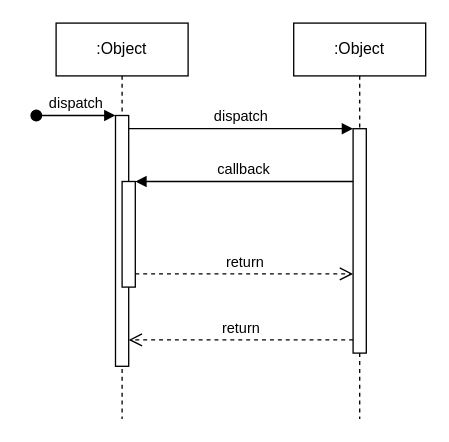
This is Untitled Diagram.drawio from futrihandayani/argon-dashboard, a draw.io file, before an edit. Source tidied: cells renumbered, new cells numbered last; positions are measured from the earlier drawing's top-left corner, leaving out a move shared by most shapes. Both pictures are drawn from the tidied source at 132%, with x=0, y=0 at pixel (36, 22).
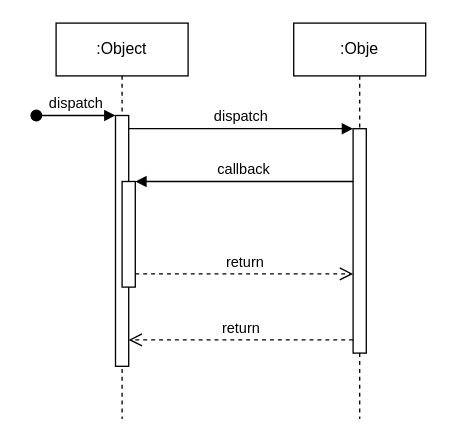
After the change.

Change to the diagram source:
```diff
@@
 <mxGraphModel>
   <root>
     <mxCell id="0" />
     <mxCell id="1" parent="0" />
     <mxCell id="2" value=":Object" style="shape=umlLifeline;perimeter=lifelinePerimeter;whiteSpace=wrap;html=1;newEdgeStyle={&quot;edgeStyle&quot;:&quot;elbowEdgeStyle&quot;,&quot;elbow&quot;:&quot;vertical&quot;,&quot;curved&quot;:0,&quot;rounded&quot;:0};" parent="1" vertex="1">
       <mxGeometry x="15" width="100" height="300" as="geometry" />
     </mxCell>
     <mxCell id="3" style="html=1;points=[];perimeter=orthogonalPerimeter;outlineConnect=0;targetShapes=umlLifeline;portConstraint=eastwest;newEdgeStyle={&quot;edgeStyle&quot;:&quot;elbowEdgeStyle&quot;,&quot;elbow&quot;:&quot;vertical&quot;,&quot;curved&quot;:0,&quot;rounded&quot;:0};" parent="2" vertex="1">
       <mxGeometry x="45" y="70" width="10" height="190" as="geometry" />
     </mxCell>
     <mxCell id="4" value="dispatch" style="html=1;verticalAlign=bottom;startArrow=oval;endArrow=block;startSize=8;edgeStyle=elbowEdgeStyle;elbow=vertical;curved=0;rounded=0;" parent="2" edge="1" target="3">
       <mxGeometry relative="1" as="geometry">
         <mxPoint x="-15" y="70" as="sourcePoint" />
       </mxGeometry>
     </mxCell>
     <mxCell id="5" style="html=1;points=[];perimeter=orthogonalPerimeter;outlineConnect=0;targetShapes=umlLifeline;portConstraint=eastwest;newEdgeStyle={&quot;edgeStyle&quot;:&quot;elbowEdgeStyle&quot;,&quot;elbow&quot;:&quot;vertical&quot;,&quot;curved&quot;:0,&quot;rounded&quot;:0};" parent="2" vertex="1">
       <mxGeometry x="50" y="120" width="10" height="80" as="geometry" />
     </mxCell>
-    <mxCell id="6" value=":Object" style="shape=umlLifeline;perimeter=lifelinePerimeter;whiteSpace=wrap;html=1;newEdgeStyle={&quot;edgeStyle&quot;:&quot;elbowEdgeStyle&quot;,&quot;elbow&quot;:&quot;vertical&quot;,&quot;curved&quot;:0,&quot;rounded&quot;:0};" parent="1" vertex="1">
+    <mxCell id="6" value=":Obje" style="shape=umlLifeline;perimeter=lifelinePerimeter;whiteSpace=wrap;html=1;newEdgeStyle={&quot;edgeStyle&quot;:&quot;elbowEdgeStyle&quot;,&quot;elbow&quot;:&quot;vertical&quot;,&quot;curved&quot;:0,&quot;rounded&quot;:0};" parent="1" vertex="1">
       <mxGeometry x="195" width="100" height="300" as="geometry" />
     </mxCell>
     <mxCell id="7" style="html=1;points=[];perimeter=orthogonalPerimeter;outlineConnect=0;targetShapes=umlLifeline;portConstraint=eastwest;newEdgeStyle={&quot;edgeStyle&quot;:&quot;elbowEdgeStyle&quot;,&quot;elbow&quot;:&quot;vertical&quot;,&quot;curved&quot;:0,&quot;rounded&quot;:0};" parent="6" vertex="1">
       <mxGeometry x="45" y="80" width="10" height="170" as="geometry" />
     </mxCell>
     <mxCell id="8" value="dispatch" style="html=1;verticalAlign=bottom;endArrow=block;edgeStyle=elbowEdgeStyle;elbow=vertical;curved=0;rounded=0;" parent="1" edge="1" source="3" target="7">
       <mxGeometry relative="1" as="geometry">
         <Array as="points">
           <mxPoint x="155" y="80" />
         </Array>
       </mxGeometry>
     </mxCell>
     <mxCell id="9" value="return" style="html=1;verticalAlign=bottom;endArrow=open;dashed=1;endSize=8;edgeStyle=elbowEdgeStyle;elbow=vertical;curved=0;rounded=0;" parent="1" edge="1" source="7" target="3">
       <mxGeometry relative="1" as="geometry">
         <Array as="points">
           <mxPoint x="165" y="240" />
         </Array>
       </mxGeometry>
     </mxCell>
     <mxCell id="10" value="callback" style="html=1;verticalAlign=bottom;endArrow=block;edgeStyle=elbowEdgeStyle;elbow=vertical;curved=0;rounded=0;" parent="1" edge="1" source="7" target="5">
       <mxGeometry relative="1" as="geometry">
         <Array as="points">
           <mxPoint x="165" y="120" />
         </Array>
       </mxGeometry>
     </mxCell>
     <mxCell id="11" value="return" style="html=1;verticalAlign=bottom;endArrow=open;dashed=1;endSize=8;edgeStyle=elbowEdgeStyle;elbow=vertical;curved=0;rounded=0;" parent="1" edge="1" source="5" target="7">
       <mxGeometry relative="1" as="geometry">
         <Array as="points">
           <mxPoint x="155" y="190" />
         </Array>
       </mxGeometry>
     </mxCell>
   </root>
 </mxGraphModel>
```
